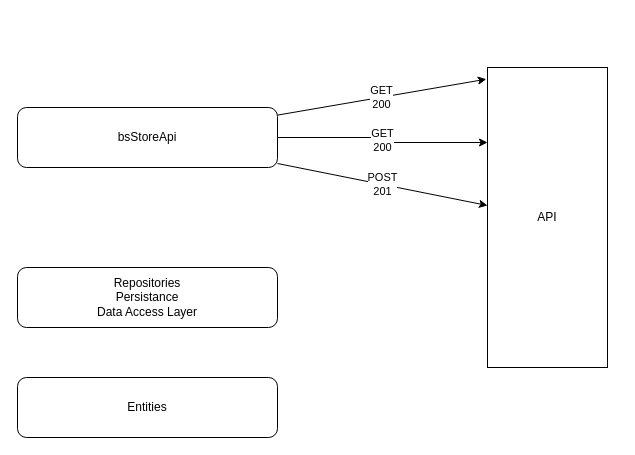
Above: page "day-07" (8 of 8) of day-08/draw.drawio in zcomert/BtkAkademiDotNetBootCamp (draw.io), before the change. Source tidied: cells renumbered, new cells numbered last; positions are measured from the earlier drawing's top-left corner, leaving out a move shared by most shapes. Both pictures are drawn from the tidied source at 100%, with x=0, y=0 at pixel (17, 67).
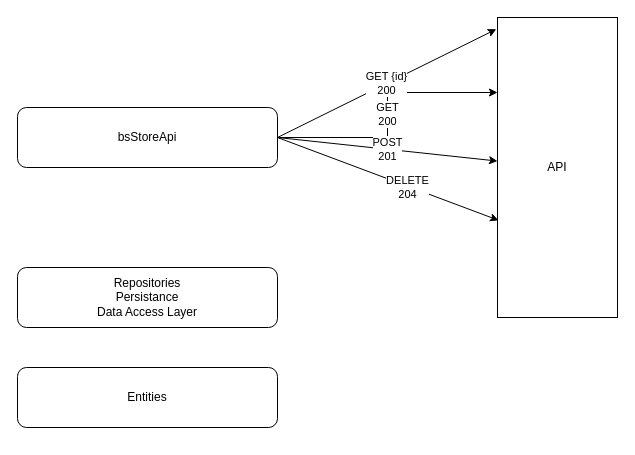
Above is the later version.

Diff of the diagram source:
```diff
@@
 <mxGraphModel>
   <root>
     <mxCell id="0" />
     <mxCell id="1" parent="0" />
     <mxCell id="2" value="Entities" style="rounded=1;whiteSpace=wrap;html=1;" parent="1" vertex="1">
-      <mxGeometry y="310" width="260" height="60" as="geometry" />
+      <mxGeometry y="300" width="260" height="60" as="geometry" />
     </mxCell>
     <mxCell id="3" value="Repositories&lt;br&gt;Persistance&lt;br&gt;Data Access Layer" style="rounded=1;whiteSpace=wrap;html=1;" parent="1" vertex="1">
       <mxGeometry y="200" width="260" height="60" as="geometry" />
     </mxCell>
     <mxCell id="4" value="GET&lt;br&gt;200" style="edgeStyle=orthogonalEdgeStyle;rounded=0;jettySize=auto;html=1;entryX=0;entryY=0.25;entryDx=0;entryDy=0;" parent="1" edge="1" source="7" target="8">
       <mxGeometry relative="1" as="geometry" />
     </mxCell>
-    <mxCell id="5" value="POST&lt;br&gt;201" style="rounded=0;jettySize=auto;html=1;" parent="1" edge="1" source="7" target="8">
+    <mxCell id="5" value="POST&lt;br&gt;201" style="rounded=0;jettySize=auto;html=1;exitX=1;exitY=0.5;exitDx=0;exitDy=0;" parent="1" edge="1" source="7" target="8">
       <mxGeometry relative="1" as="geometry" />
     </mxCell>
-    <mxCell id="6" value="GET&lt;br&gt;200" style="edgeStyle=none;rounded=0;jettySize=auto;html=1;entryX=-0.01;entryY=0.039;entryDx=0;entryDy=0;entryPerimeter=0;" parent="1" edge="1" source="7" target="8">
+    <mxCell id="6" value="GET {id}&lt;br&gt;200" style="edgeStyle=none;rounded=0;jettySize=auto;html=1;entryX=-0.01;entryY=0.039;entryDx=0;entryDy=0;entryPerimeter=0;exitX=1;exitY=0.5;exitDx=0;exitDy=0;" parent="1" edge="1" source="7" target="8">
       <mxGeometry relative="1" as="geometry" />
     </mxCell>
+    <mxCell id="9" style="edgeStyle=none;rounded=0;jettySize=auto;html=1;entryX=0.009;entryY=0.676;entryDx=0;entryDy=0;entryPerimeter=0;exitX=1;exitY=0.5;exitDx=0;exitDy=0;" parent="1" edge="1" source="7" target="8">
+      <mxGeometry relative="1" as="geometry" />
+    </mxCell>
+    <mxCell id="10" value="DELETE&lt;br&gt;204" style="edgeLabel;html=1;align=center;verticalAlign=middle;" parent="9" vertex="1">
+      <mxGeometry x="0.18" y="-1" relative="1" as="geometry" />
+    </mxCell>
     <mxCell id="7" value="bsStoreApi" style="rounded=1;whiteSpace=wrap;html=1;" parent="1" vertex="1">
       <mxGeometry y="40" width="260" height="60" as="geometry" />
     </mxCell>
     <mxCell id="8" value="API" style="rounded=0;whiteSpace=wrap;html=1;" parent="1" vertex="1">
-      <mxGeometry x="470" width="120" height="300" as="geometry" />
+      <mxGeometry x="480" y="-50" width="120" height="300" as="geometry" />
     </mxCell>
   </root>
 </mxGraphModel>
```
